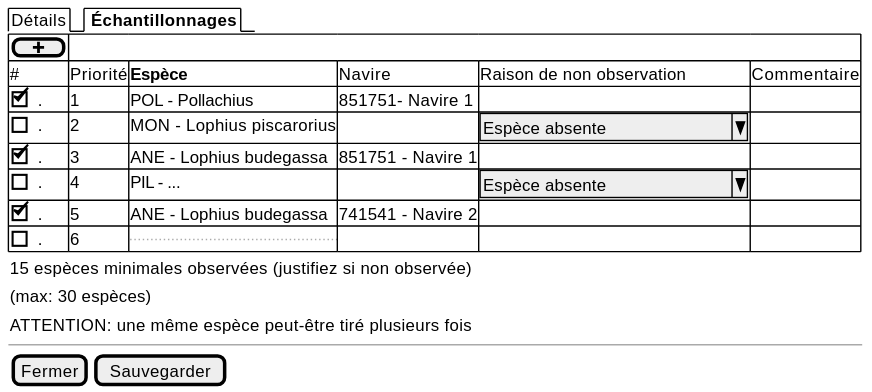
This is projects/obsvente/spe/images/landings-table.svg from sumaris-net/sumaris-doc, a PlantUML export, as it was before one commit. Its source is kept beside it as projects/obsvente/spe/images/landings-table.puml. The source it was exported from:
```plantuml
@startsalt
{

  {/  Détails | <b> Échantillonnages }

	{#
      [ <&plus> ]
      # | Priorité | <b>Espèce              | Navire | Raison de non observation | Commentaire
      [X] . | 1 | POL - Pollachius          | 851751- Navire 1 | .
      [ ] . | 2 | MON - Lophius piscarorius | . | ^ Espèce absente       ^ | .
      [X] . | 3 | ANE - Lophius budegassa   | 851751 - Navire 1 | . | .
      [ ] . | 4 | PIL - ...                 | . | ^ Espèce absente       ^ | .
      [X] . | 5 | ANE - Lophius budegassa   | 741541 - Navire 2 | . | .
      [ ] . | 6 | ... | . | .

    }
    { 15 espèces minimales observées (justifiez si non observée) }

    { (max: 30 espèces) }

    { ATTENTION: une même espèce peut-être tiré plusieurs fois }
  --


  {
    [Fermer] | [Sauvegarder]
  }
}
@endsalt
```
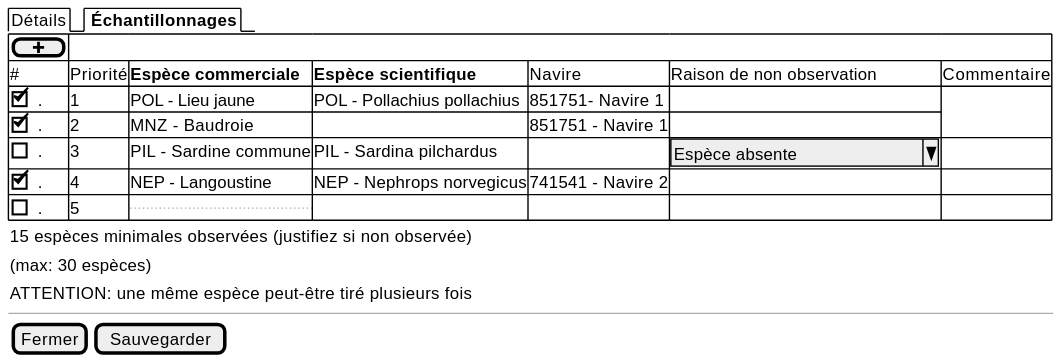
After the change.

Change to the diagram source:
```diff
@@ -5,13 +5,12 @@
 
 	{#
       [ <&plus> ]
-      # | Priorité | <b>Espèce              | Navire | Raison de non observation | Commentaire
-      [X] . | 1 | POL - Pollachius          | 851751- Navire 1 | .
-      [ ] . | 2 | MON - Lophius piscarorius | . | ^ Espèce absente       ^ | .
-      [X] . | 3 | ANE - Lophius budegassa   | 851751 - Navire 1 | . | .
-      [ ] . | 4 | PIL - ...                 | . | ^ Espèce absente       ^ | .
-      [X] . | 5 | ANE - Lophius budegassa   | 741541 - Navire 2 | . | .
-      [ ] . | 6 | ... | . | .
+      # | Priorité | <b>Espèce commerciale | <b>Espèce scientifique             | Navire | Raison de non observation | Commentaire
+      [X] . | 1 | POL - Lieu jaune | POL - Pollachius pollachius | 851751- Navire 1 | .
+      [X] . | 2 | MNZ - Baudroie | . | 851751 - Navire 1 | .
+      [ ] . | 3 | PIL - Sardine commune | PIL - Sardina pilchardus | . | ^ Espèce absente       ^ | .
+      [X] . | 4 | NEP - Langoustine | NEP - Nephrops norvegicus   | 741541 - Navire 2 | . | .
+      [ ] . | 5 | ... | . | . | .
 
     }
     { 15 espèces minimales observées (justifiez si non observée) }
```
